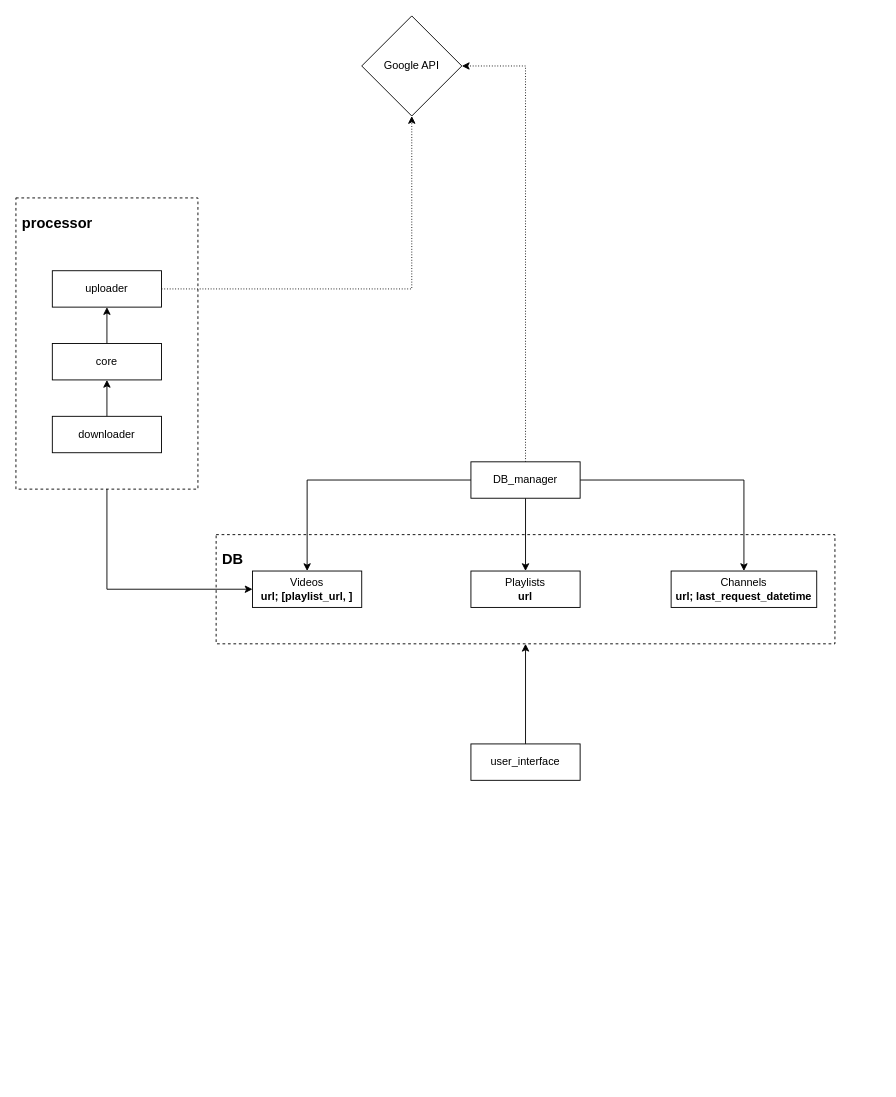
Before: Untitled Diagram.drawio in Sinoosoida/PyCutBot, a draw.io diagram. Source tidied: cells renumbered, new cells numbered last; positions are measured from the earlier drawing's top-left corner, leaving out a move shared by most shapes. Both pictures are drawn from the tidied source at 91%, with x=0, y=0 at pixel (15, 15).
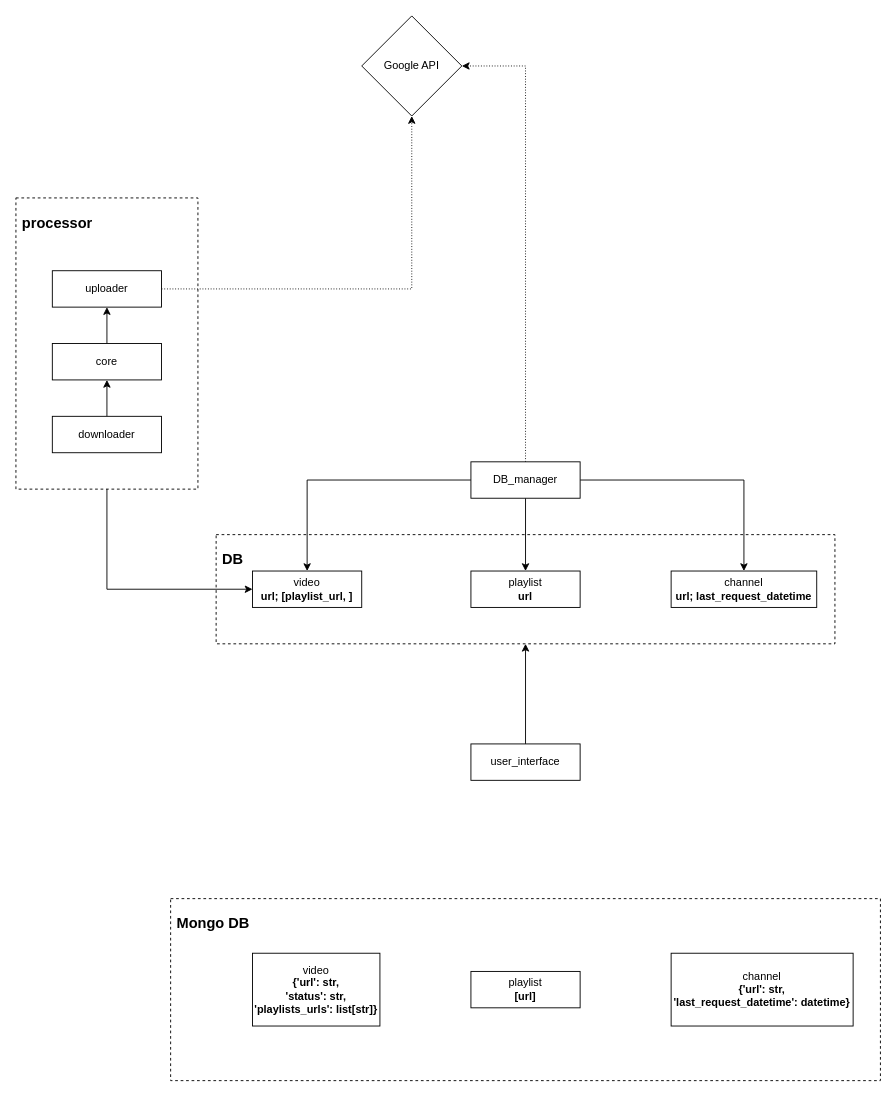
The same diagram, later.

Commit message:
Add mongo db to diagram

Change to the diagram source:
```diff
@@
-    <mxCell id="4" value="Videos&lt;br&gt;&lt;b&gt;url; [playlist_url, ]&lt;/b&gt;" style="rounded=0;whiteSpace=wrap;html=1;" parent="1" vertex="1">
+    <mxCell id="4" value="video&lt;br&gt;&lt;b&gt;url; [playlist_url, ]&lt;/b&gt;" style="rounded=0;whiteSpace=wrap;html=1;" parent="1" vertex="1">
       <mxGeometry x="260" y="610" width="120" height="40" as="geometry" />
     </mxCell>
-    <mxCell id="5" value="Playlists&lt;br&gt;&lt;b&gt;url&lt;/b&gt;" style="rounded=0;whiteSpace=wrap;html=1;" parent="1" vertex="1">
+    <mxCell id="5" value="playlist&lt;br&gt;&lt;b&gt;url&lt;/b&gt;" style="rounded=0;whiteSpace=wrap;html=1;" parent="1" vertex="1">
       <mxGeometry x="500" y="610" width="120" height="40" as="geometry" />
     </mxCell>
-    <mxCell id="6" value="Channels&lt;br&gt;&lt;b&gt;url; last_request_datetime&lt;br&gt;&lt;/b&gt;" style="rounded=0;whiteSpace=wrap;html=1;" parent="1" vertex="1">
+    <mxCell id="6" value="channel&lt;br&gt;&lt;b&gt;url; last_request_datetime&lt;br&gt;&lt;/b&gt;" style="rounded=0;whiteSpace=wrap;html=1;" parent="1" vertex="1">
       <mxGeometry x="720" y="610" width="160" height="40" as="geometry" />
     </mxCell>
@@
+    <mxCell id="22" value="&lt;h1 style=&quot;font-size: 16px&quot;&gt;Mongo DB&lt;/h1&gt;" style="rounded=0;whiteSpace=wrap;html=1;dashed=1;align=left;verticalAlign=top;horizontal=1;fontSize=16;spacingLeft=5;" parent="1" vertex="1">
+      <mxGeometry x="170" y="970" width="780" height="200" as="geometry" />
+    </mxCell>
+    <mxCell id="23" value="video&lt;br&gt;&lt;b&gt;{'url': str,&lt;br&gt;'status': str,&lt;br&gt;'playlists_urls': list[str]}&lt;/b&gt;" style="rounded=0;whiteSpace=wrap;html=1;" parent="1" vertex="1">
+      <mxGeometry x="260" y="1030" width="140" height="80" as="geometry" />
+    </mxCell>
+    <mxCell id="24" value="playlist&lt;br&gt;&lt;b&gt;[url]&lt;/b&gt;" style="rounded=0;whiteSpace=wrap;html=1;" parent="1" vertex="1">
+      <mxGeometry x="500" y="1050" width="120" height="40" as="geometry" />
+    </mxCell>
+    <mxCell id="25" value="channel&lt;br&gt;&lt;b&gt;{'url': str,&lt;br&gt;'&lt;/b&gt;&lt;b&gt;last_request_datetime': datetime}&lt;/b&gt;&lt;b&gt;&lt;br&gt;&lt;/b&gt;" style="rounded=0;whiteSpace=wrap;html=1;" parent="1" vertex="1">
+      <mxGeometry x="720" y="1030" width="200" height="80" as="geometry" />
+    </mxCell>
```
